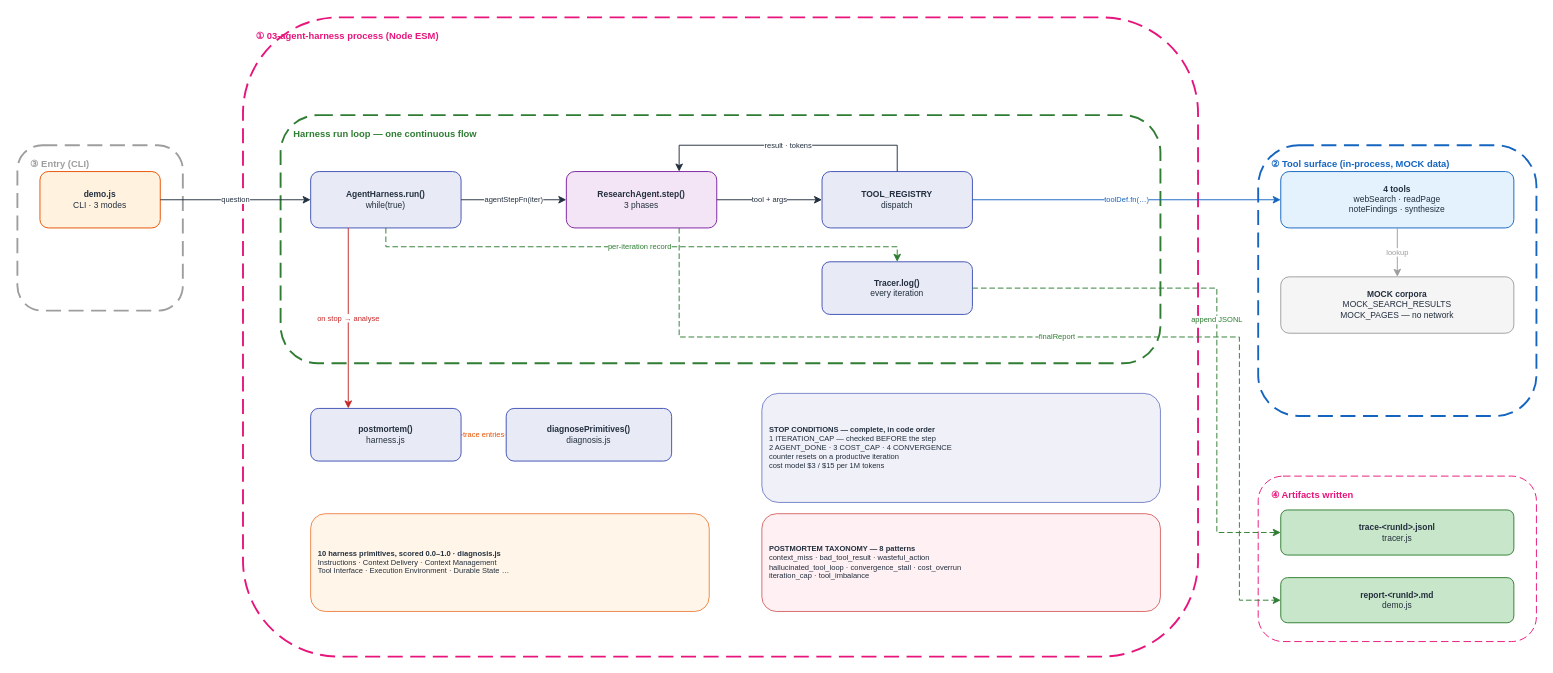
Before: docs/diagrams/agent_harness_v1/FTS_AgentHarness_v1.drawio in gmaheshraju/Hands-on-AgenticAI, a draw.io diagram. Source tidied: cells renumbered, new cells numbered last; positions are measured from the earlier drawing's top-left corner, leaving out a move shared by most shapes. Both pictures are drawn from the tidied source at 94%, with x=0, y=0 at pixel (17, 17).
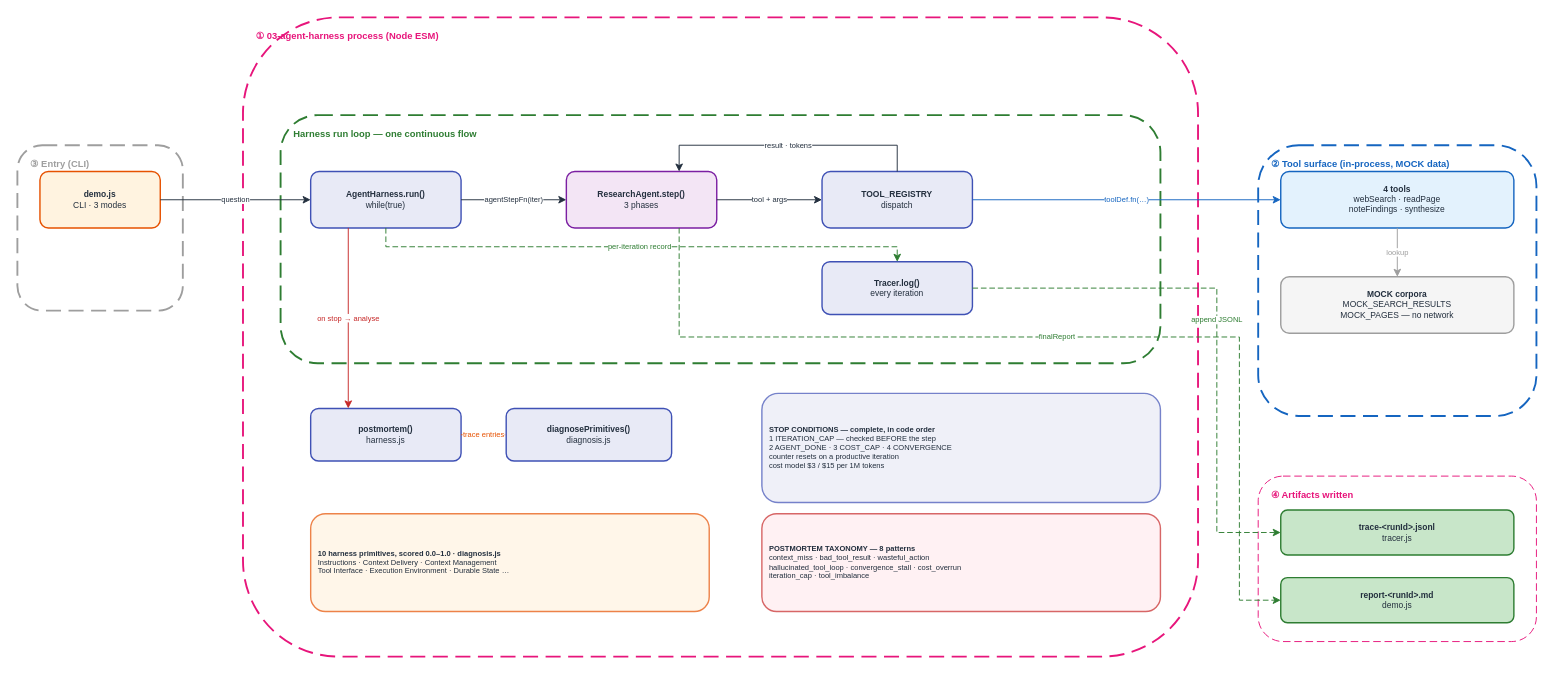
Above is the later version.

Change to the diagram source:
```diff
@@
-    <mxCell id="12" value="&lt;b&gt;demo.js&lt;/b&gt;&lt;br&gt;CLI · 3 modes&lt;br&gt;" style="rounded=1;fillColor=#FFF3E0;strokeColor=#E65100;fontSize=9;fontColor=#232F3E;html=1;whiteSpace=wrap;align=center;" parent="1" vertex="1">
+    <mxCell id="12" value="&lt;b&gt;demo.js&lt;/b&gt;&lt;br&gt;CLI · 3 modes&lt;br&gt;" style="rounded=1;fillColor=#FFF3E0;strokeColor=#E65100;strokeWidth=1.5;fontSize=9;fontColor=#232F3E;html=1;whiteSpace=wrap;align=center;" parent="1" vertex="1">
       <mxGeometry x="24" y="164" width="128" height="60" as="geometry" />
     </mxCell>
-    <mxCell id="13" value="&lt;b&gt;AgentHarness.run()&lt;/b&gt;&lt;br&gt;while(true)" style="rounded=1;fillColor=#E8EAF6;strokeColor=#3F51B5;fontSize=9;fontColor=#232F3E;html=1;whiteSpace=wrap;align=center;" parent="1" vertex="1">
+    <mxCell id="13" value="&lt;b&gt;AgentHarness.run()&lt;/b&gt;&lt;br&gt;while(true)" style="rounded=1;fillColor=#E8EAF6;strokeColor=#3F51B5;strokeWidth=1.5;fontSize=9;fontColor=#232F3E;html=1;whiteSpace=wrap;align=center;" parent="1" vertex="1">
       <mxGeometry x="312" y="164" width="160" height="60" as="geometry" />
     </mxCell>
-    <mxCell id="14" value="&lt;b&gt;ResearchAgent.step()&lt;/b&gt;&lt;br&gt;3 phases" style="rounded=1;fillColor=#F3E5F5;strokeColor=#7B1FA2;fontSize=9;fontColor=#232F3E;html=1;whiteSpace=wrap;align=center;" parent="1" vertex="1">
+    <mxCell id="14" value="&lt;b&gt;ResearchAgent.step()&lt;/b&gt;&lt;br&gt;3 phases" style="rounded=1;fillColor=#F3E5F5;strokeColor=#7B1FA2;strokeWidth=1.5;fontSize=9;fontColor=#232F3E;html=1;whiteSpace=wrap;align=center;" parent="1" vertex="1">
       <mxGeometry x="584" y="164" width="160" height="60" as="geometry" />
     </mxCell>
-    <mxCell id="15" value="&lt;b&gt;TOOL_REGISTRY&lt;/b&gt;&lt;br&gt;dispatch" style="rounded=1;fillColor=#E8EAF6;strokeColor=#3F51B5;fontSize=9;fontColor=#232F3E;html=1;whiteSpace=wrap;align=center;" parent="1" vertex="1">
+    <mxCell id="15" value="&lt;b&gt;TOOL_REGISTRY&lt;/b&gt;&lt;br&gt;dispatch" style="rounded=1;fillColor=#E8EAF6;strokeColor=#3F51B5;strokeWidth=1.5;fontSize=9;fontColor=#232F3E;html=1;whiteSpace=wrap;align=center;" parent="1" vertex="1">
       <mxGeometry x="856" y="164" width="160" height="60" as="geometry" />
     </mxCell>
-    <mxCell id="16" value="&lt;b&gt;Tracer.log()&lt;/b&gt;&lt;br&gt;every iteration" style="rounded=1;fillColor=#E8EAF6;strokeColor=#3F51B5;fontSize=9;fontColor=#232F3E;html=1;whiteSpace=wrap;align=center;" parent="1" vertex="1">
+    <mxCell id="16" value="&lt;b&gt;Tracer.log()&lt;/b&gt;&lt;br&gt;every iteration" style="rounded=1;fillColor=#E8EAF6;strokeColor=#3F51B5;strokeWidth=1.5;fontSize=9;fontColor=#232F3E;html=1;whiteSpace=wrap;align=center;" parent="1" vertex="1">
       <mxGeometry x="856" y="260" width="160" height="56" as="geometry" />
     </mxCell>
-    <mxCell id="17" value="&lt;b&gt;4 tools&lt;/b&gt;&lt;br&gt;webSearch · readPage&lt;br&gt;noteFindings · synthesize" style="rounded=1;fillColor=#E3F2FD;strokeColor=#1565C0;fontSize=9;fontColor=#232F3E;html=1;whiteSpace=wrap;align=center;" parent="1" vertex="1">
+    <mxCell id="17" value="&lt;b&gt;4 tools&lt;/b&gt;&lt;br&gt;webSearch · readPage&lt;br&gt;noteFindings · synthesize" style="rounded=1;fillColor=#E3F2FD;strokeColor=#1565C0;strokeWidth=1.5;fontSize=9;fontColor=#232F3E;html=1;whiteSpace=wrap;align=center;" parent="1" vertex="1">
       <mxGeometry x="1344" y="164" width="248" height="60" as="geometry" />
     </mxCell>
-    <mxCell id="18" value="&lt;b&gt;MOCK corpora&lt;/b&gt;&lt;br&gt;MOCK_SEARCH_RESULTS&lt;br&gt;MOCK_PAGES — no network" style="rounded=1;fillColor=#F5F5F5;strokeColor=#9E9E9E;fontSize=9;fontColor=#232F3E;html=1;whiteSpace=wrap;align=center;" parent="1" vertex="1">
+    <mxCell id="18" value="&lt;b&gt;MOCK corpora&lt;/b&gt;&lt;br&gt;MOCK_SEARCH_RESULTS&lt;br&gt;MOCK_PAGES — no network" style="rounded=1;fillColor=#F5F5F5;strokeColor=#9E9E9E;strokeWidth=1.5;fontSize=9;fontColor=#232F3E;html=1;whiteSpace=wrap;align=center;" parent="1" vertex="1">
       <mxGeometry x="1344" y="276" width="248" height="60" as="geometry" />
     </mxCell>
-    <mxCell id="19" value="&lt;b&gt;trace-&amp;lt;runId&amp;gt;.jsonl&lt;/b&gt;&lt;br&gt;tracer.js" style="rounded=1;fillColor=#C8E6C9;strokeColor=#2E7D32;fontSize=9;fontColor=#232F3E;html=1;whiteSpace=wrap;align=center;" parent="1" vertex="1">
+    <mxCell id="19" value="&lt;b&gt;trace-&amp;lt;runId&amp;gt;.jsonl&lt;/b&gt;&lt;br&gt;tracer.js" style="rounded=1;fillColor=#C8E6C9;strokeColor=#2E7D32;strokeWidth=1.5;fontSize=9;fontColor=#232F3E;html=1;whiteSpace=wrap;align=center;" parent="1" vertex="1">
       <mxGeometry x="1344" y="524" width="248" height="48" as="geometry" />
     </mxCell>
-    <mxCell id="20" value="&lt;b&gt;report-&amp;lt;runId&amp;gt;.md&lt;/b&gt;&lt;br&gt;demo.js" style="rounded=1;fillColor=#C8E6C9;strokeColor=#2E7D32;fontSize=9;fontColor=#232F3E;html=1;whiteSpace=wrap;align=center;" parent="1" vertex="1">
+    <mxCell id="20" value="&lt;b&gt;report-&amp;lt;runId&amp;gt;.md&lt;/b&gt;&lt;br&gt;demo.js" style="rounded=1;fillColor=#C8E6C9;strokeColor=#2E7D32;strokeWidth=1.5;fontSize=9;fontColor=#232F3E;html=1;whiteSpace=wrap;align=center;" parent="1" vertex="1">
       <mxGeometry x="1344" y="596" width="248" height="48" as="geometry" />
     </mxCell>
-    <mxCell id="21" value="&lt;b&gt;postmortem()&lt;/b&gt;&lt;br&gt;harness.js" style="rounded=1;fillColor=#E8EAF6;strokeColor=#3F51B5;fontSize=9;fontColor=#232F3E;html=1;whiteSpace=wrap;align=center;" parent="1" vertex="1">
+    <mxCell id="21" value="&lt;b&gt;postmortem()&lt;/b&gt;&lt;br&gt;harness.js" style="rounded=1;fillColor=#E8EAF6;strokeColor=#3F51B5;strokeWidth=1.5;fontSize=9;fontColor=#232F3E;html=1;whiteSpace=wrap;align=center;" parent="1" vertex="1">
       <mxGeometry x="312" y="416" width="160" height="56" as="geometry" />
     </mxCell>
-    <mxCell id="22" value="&lt;b&gt;diagnosePrimitives()&lt;/b&gt;&lt;br&gt;diagnosis.js" style="rounded=1;fillColor=#E8EAF6;strokeColor=#3F51B5;fontSize=9;fontColor=#232F3E;html=1;whiteSpace=wrap;align=center;" parent="1" vertex="1">
+    <mxCell id="22" value="&lt;b&gt;diagnosePrimitives()&lt;/b&gt;&lt;br&gt;diagnosis.js" style="rounded=1;fillColor=#E8EAF6;strokeColor=#3F51B5;strokeWidth=1.5;fontSize=9;fontColor=#232F3E;html=1;whiteSpace=wrap;align=center;" parent="1" vertex="1">
       <mxGeometry x="520" y="416" width="176" height="56" as="geometry" />
     </mxCell>
-    <mxCell id="23" value="&lt;b&gt;STOP CONDITIONS — complete, in code order&lt;/b&gt;&lt;br&gt;1 ITERATION_CAP — checked BEFORE the step&lt;br&gt;2 AGENT_DONE · 3 COST_CAP · 4 CONVERGENCE&lt;br&gt;counter resets on a productive iteration&lt;br&gt;cost model $3 / $15 per 1M tokens" style="rounded=1;fillColor=#E8EAF6;strokeColor=#3F51B5;fontSize=8;fontColor=#232F3E;html=1;whiteSpace=wrap;align=left;spacingLeft=6;opacity=70;" parent="1" vertex="1">
+    <mxCell id="23" value="&lt;b&gt;STOP CONDITIONS — complete, in code order&lt;/b&gt;&lt;br&gt;1 ITERATION_CAP — checked BEFORE the step&lt;br&gt;2 AGENT_DONE · 3 COST_CAP · 4 CONVERGENCE&lt;br&gt;counter resets on a productive iteration&lt;br&gt;cost model $3 / $15 per 1M tokens" style="rounded=1;fillColor=#E8EAF6;strokeColor=#3F51B5;strokeWidth=1.5;fontSize=8;fontColor=#232F3E;html=1;whiteSpace=wrap;align=left;spacingLeft=6;opacity=70;" parent="1" vertex="1">
       <mxGeometry x="792" y="400" width="424" height="116" as="geometry" />
     </mxCell>
-    <mxCell id="24" value="&lt;b&gt;POSTMORTEM TAXONOMY — 8 patterns&lt;/b&gt;&lt;br&gt;context_miss · bad_tool_result · wasteful_action&lt;br&gt;hallucinated_tool_loop · convergence_stall · cost_overrun&lt;br&gt;iteration_cap · tool_imbalance" style="rounded=1;fillColor=#FFEBEE;strokeColor=#C62828;fontSize=8;fontColor=#232F3E;html=1;whiteSpace=wrap;align=left;spacingLeft=6;opacity=70;" parent="1" vertex="1">
+    <mxCell id="24" value="&lt;b&gt;POSTMORTEM TAXONOMY — 8 patterns&lt;/b&gt;&lt;br&gt;context_miss · bad_tool_result · wasteful_action&lt;br&gt;hallucinated_tool_loop · convergence_stall · cost_overrun&lt;br&gt;iteration_cap · tool_imbalance" style="rounded=1;fillColor=#FFEBEE;strokeColor=#C62828;strokeWidth=1.5;fontSize=8;fontColor=#232F3E;html=1;whiteSpace=wrap;align=left;spacingLeft=6;opacity=70;" parent="1" vertex="1">
       <mxGeometry x="792" y="528" width="424" height="104" as="geometry" />
     </mxCell>
-    <mxCell id="25" value="&lt;b&gt;10 harness primitives, scored 0.0–1.0 · diagnosis.js&lt;/b&gt;&lt;br&gt;Instructions · Context Delivery · Context Management&lt;br&gt;Tool Interface · Execution Environment · Durable State …" style="rounded=1;fillColor=#FFF3E0;strokeColor=#E65100;fontSize=8;fontColor=#232F3E;html=1;whiteSpace=wrap;align=left;spacingLeft=6;opacity=70;" parent="1" vertex="1">
+    <mxCell id="25" value="&lt;b&gt;10 harness primitives, scored 0.0–1.0 · diagnosis.js&lt;/b&gt;&lt;br&gt;Instructions · Context Delivery · Context Management&lt;br&gt;Tool Interface · Execution Environment · Durable State …" style="rounded=1;fillColor=#FFF3E0;strokeColor=#E65100;strokeWidth=1.5;fontSize=8;fontColor=#232F3E;html=1;whiteSpace=wrap;align=left;spacingLeft=6;opacity=70;" parent="1" vertex="1">
       <mxGeometry x="312" y="528" width="424" height="104" as="geometry" />
     </mxCell>
```
